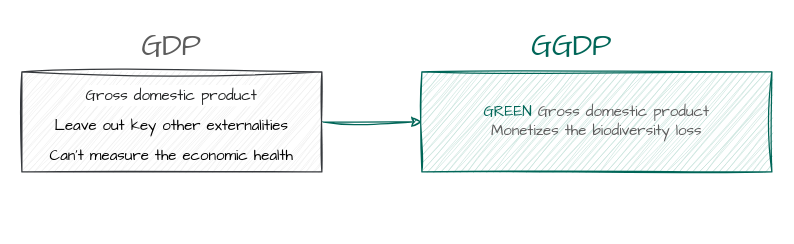
This is new/流程图.drawio from kaze-0/figure, a draw.io file, before an edit. Source tidied: cells renumbered, new cells numbered last; positions are measured from the earlier drawing's top-left corner, leaving out a move shared by most shapes. Both pictures are drawn from the tidied source at 125%, with x=0, y=0 at pixel (21, 21).
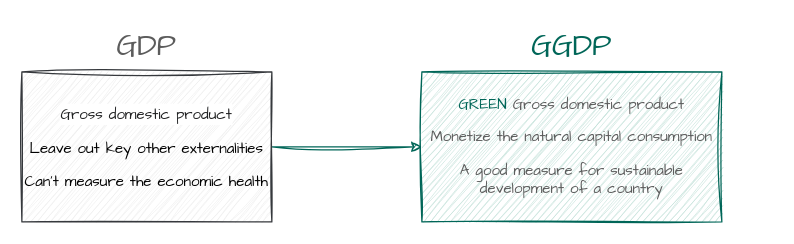
After the change.

Commit message (it also covers changes not shown here):
更新流程图.drawio

What changed in the source:
```diff
@@
 <mxGraphModel>
   <root>
     <mxCell id="0" />
     <mxCell id="1" parent="0" />
     <mxCell id="2" value="GDP" style="text;html=1;strokeColor=none;fillColor=none;align=center;verticalAlign=middle;whiteSpace=wrap;rounded=0;fontSize=24;fontFamily=Architects Daughter;fontColor=#5C5C5C;" parent="1" vertex="1">
-      <mxGeometry x="80" width="80" height="40" as="geometry" />
+      <mxGeometry x="60" width="80" height="40" as="geometry" />
     </mxCell>
     <mxCell id="3" style="edgeStyle=orthogonalEdgeStyle;rounded=0;sketch=1;hachureGap=4;jiggle=2;curveFitting=1;jettySize=auto;html=1;exitX=1;exitY=0.5;exitDx=0;exitDy=0;entryX=0;entryY=0.5;entryDx=0;entryDy=0;strokeColor=#006658;fontFamily=Architects Daughter;fontSize=12;fontColor=#006658;fillColor=#21C0A5;" parent="1" edge="1" source="4" target="5">
       <mxGeometry relative="1" as="geometry" />
     </mxCell>
-    <mxCell id="4" value="&lt;font style=&quot;font-size: 12px;&quot;&gt;&lt;span style=&quot;color: rgb(32, 33, 34); text-align: start; background-color: rgb(255, 255, 255);&quot;&gt;Gross domestic product&lt;br&gt;&lt;/span&gt;Leave out key other externalities&lt;br&gt;Can't measure the economic health&lt;br&gt;&lt;/font&gt;" style="rounded=0;whiteSpace=wrap;html=1;sketch=1;hachureGap=4;jiggle=2;curveFitting=1;fontFamily=Architects Daughter;fontSize=20;fillColor=#eeeeee;strokeColor=#36393d;fillStyle=auto;" parent="1" vertex="1">
-      <mxGeometry y="40" width="240" height="80" as="geometry" />
+    <mxCell id="4" value="&lt;p style=&quot;line-height: 120%;&quot;&gt;&lt;font style=&quot;font-size: 12px;&quot;&gt;&lt;span style=&quot;color: rgb(32, 33, 34); text-align: start; background-color: rgb(255, 255, 255);&quot;&gt;Gross domestic product&lt;br&gt;&lt;/span&gt;Leave out key other externalities&lt;br&gt;Can't measure the economic health&lt;br&gt;&lt;/font&gt;&lt;/p&gt;" style="rounded=0;whiteSpace=wrap;html=1;sketch=1;hachureGap=4;jiggle=2;curveFitting=1;fontFamily=Architects Daughter;fontSize=20;fillColor=#eeeeee;strokeColor=#36393d;fillStyle=auto;" parent="1" vertex="1">
+      <mxGeometry y="40" width="200" height="120" as="geometry" />
     </mxCell>
-    <mxCell id="5" value="&lt;font color=&quot;#006658&quot;&gt;GREEN&lt;/font&gt; Gross domestic product&lt;br&gt;&lt;font style=&quot;font-size: 12px;&quot;&gt;Monetizes the biodiversity loss&lt;/font&gt;" style="rounded=0;whiteSpace=wrap;html=1;sketch=1;hachureGap=4;jiggle=2;fillStyle=auto;curveFitting=1;strokeColor=#006658;fontFamily=Architects Daughter;fontSize=12;fontColor=#5C5C5C;fillColor=#C3E0D9;" parent="1" vertex="1">
-      <mxGeometry x="320" y="40" width="280" height="80" as="geometry" />
+    <mxCell id="5" value="&lt;p style=&quot;line-height: 120%;&quot;&gt;&lt;font color=&quot;#006658&quot;&gt;GREEN&lt;/font&gt; Gross domestic product&lt;br&gt;&lt;/p&gt;&lt;p&gt;&lt;font style=&quot;font-size: 12px;&quot;&gt;Monetize the natural capital consumption&lt;br&gt;&lt;/font&gt;&lt;/p&gt;&lt;p&gt;&lt;font style=&quot;font-size: 12px;&quot;&gt;A good measure for sustainable development of a country&lt;/font&gt;&lt;/p&gt;&lt;p&gt;&lt;/p&gt;&lt;p&gt;&lt;/p&gt;" style="rounded=0;whiteSpace=wrap;html=1;sketch=1;hachureGap=4;jiggle=2;fillStyle=auto;curveFitting=1;strokeColor=#006658;fontFamily=Architects Daughter;fontSize=12;fontColor=#5C5C5C;fillColor=#C3E0D9;" parent="1" vertex="1">
+      <mxGeometry x="320" y="40" width="240" height="120" as="geometry" />
     </mxCell>
     <mxCell id="6" value="GGDP" style="text;html=1;strokeColor=none;fillColor=none;align=center;verticalAlign=middle;whiteSpace=wrap;rounded=0;fontSize=24;fontFamily=Architects Daughter;fontColor=#006658;" parent="1" vertex="1">
       <mxGeometry x="400" width="80" height="40" as="geometry" />
     </mxCell>
   </root>
 </mxGraphModel>
```
